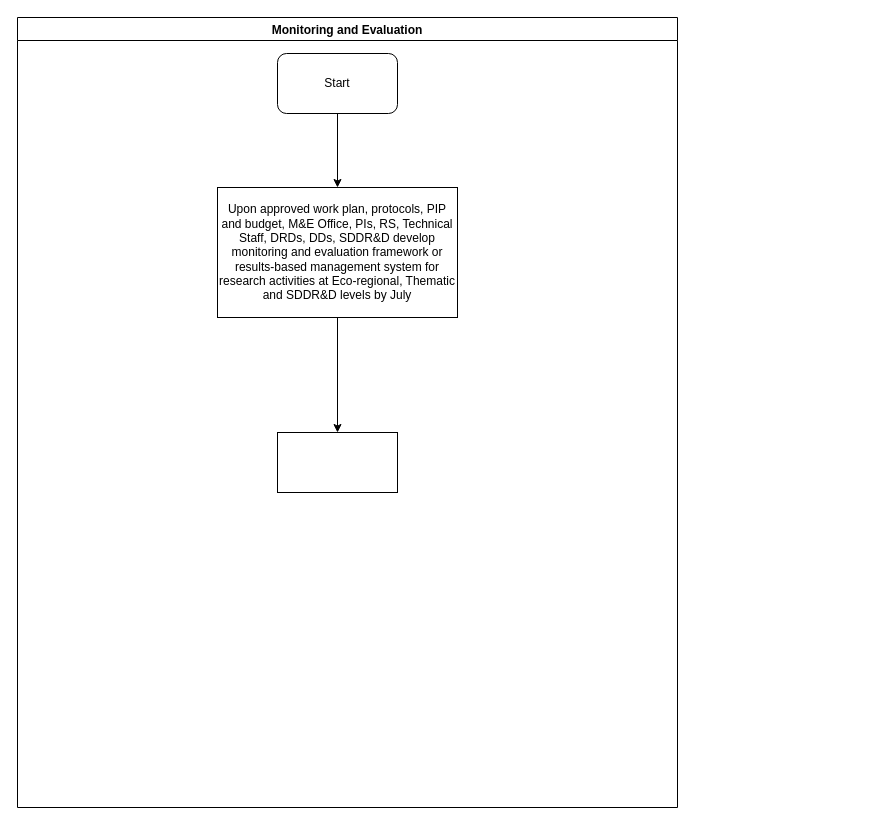
This is KEFRI-R&D-Monitoring and evaluation.drawio from kmagua/flowcharts, a draw.io file, before an edit. Source tidied: cells renumbered, new cells numbered last; positions are measured from the earlier drawing's top-left corner, leaving out a move shared by most shapes. Both pictures are drawn from the tidied source at 100%, with x=0, y=0 at pixel (17, 17).
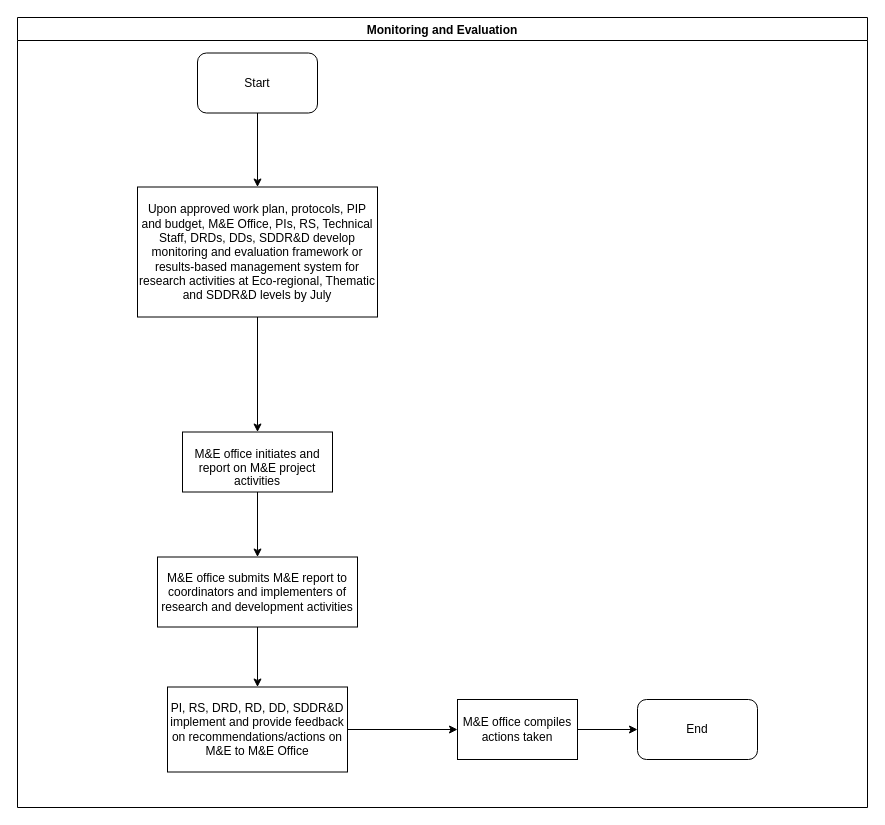
After the change.

Diff of the diagram source:
```diff
@@
 <mxGraphModel>
   <root>
     <mxCell id="0" />
     <mxCell id="1" parent="0" />
     <mxCell id="2" value="Monitoring and Evaluation" style="swimlane;" parent="1" vertex="1">
-      <mxGeometry width="660" height="790" as="geometry" />
+      <mxGeometry width="850" height="790" as="geometry" />
     </mxCell>
     <mxCell id="3" value="Start" style="rounded=1;whiteSpace=wrap;html=1;" parent="2" vertex="1">
-      <mxGeometry x="260" y="36" width="120" height="60" as="geometry" />
+      <mxGeometry x="180" y="35.5" width="120" height="60" as="geometry" />
     </mxCell>
     <mxCell id="4" value="Upon approved work plan, protocols, PIP and budget, M&amp;amp;E Office, PIs, RS, Technical Staff, DRDs, DDs, SDDR&amp;amp;D develop monitoring and evaluation framework or results-based management system for research activities at Eco-regional, Thematic and SDDR&amp;amp;D levels by July" style="rounded=0;whiteSpace=wrap;html=1;" parent="2" vertex="1">
-      <mxGeometry x="200" y="170" width="240" height="130" as="geometry" />
+      <mxGeometry x="120" y="169.5" width="240" height="130" as="geometry" />
     </mxCell>
     <mxCell id="5" style="edgeStyle=orthogonalEdgeStyle;rounded=0;jettySize=auto;html=1;" parent="2" edge="1" source="3" target="4">
       <mxGeometry relative="1" as="geometry" />
     </mxCell>
-    <mxCell id="6" style="whiteSpace=wrap;html=1;rounded=0;" parent="1" vertex="1">
-      <mxGeometry x="260" y="415" width="120" height="60" as="geometry" />
+    <mxCell id="6" value="&lt;p style=&quot;margin-bottom: 0in ; line-height: 115%&quot;&gt;M&amp;amp;E office initiates and report on M&amp;amp;E project activities&lt;/p&gt;" style="whiteSpace=wrap;html=1;rounded=0;" parent="2" vertex="1">
+      <mxGeometry x="165" y="414.5" width="150" height="60" as="geometry" />
     </mxCell>
-    <mxCell id="7" style="edgeStyle=orthogonalEdgeStyle;rounded=0;jettySize=auto;html=1;" parent="1" edge="1" source="4" target="6">
+    <mxCell id="7" style="edgeStyle=orthogonalEdgeStyle;rounded=0;jettySize=auto;html=1;" parent="2" edge="1" source="4" target="6">
       <mxGeometry relative="1" as="geometry" />
     </mxCell>
+    <mxCell id="8" value="M&amp;amp;E office submits M&amp;amp;E report to coordinators and implementers of research and development activities" style="whiteSpace=wrap;html=1;rounded=0;" parent="2" vertex="1">
+      <mxGeometry x="140" y="539.5" width="200" height="70" as="geometry" />
+    </mxCell>
+    <mxCell id="9" style="edgeStyle=orthogonalEdgeStyle;rounded=0;jettySize=auto;html=1;" parent="2" edge="1" source="6" target="8">
+      <mxGeometry relative="1" as="geometry" />
+    </mxCell>
+    <mxCell id="10" style="edgeStyle=orthogonalEdgeStyle;rounded=0;jettySize=auto;html=1;" parent="1" edge="1" source="11" target="14">
+      <mxGeometry relative="1" as="geometry" />
+    </mxCell>
+    <mxCell id="11" value="PI, RS, DRD, RD, DD, SDDR&amp;amp;D implement and provide feedback on recommendations/actions on M&amp;amp;E to M&amp;amp;E Office" style="whiteSpace=wrap;html=1;rounded=0;" parent="1" vertex="1">
+      <mxGeometry x="150" y="669.5" width="180" height="85" as="geometry" />
+    </mxCell>
+    <mxCell id="12" style="edgeStyle=orthogonalEdgeStyle;rounded=0;jettySize=auto;html=1;" parent="1" edge="1" source="8" target="11">
+      <mxGeometry relative="1" as="geometry" />
+    </mxCell>
+    <mxCell id="13" style="edgeStyle=orthogonalEdgeStyle;rounded=0;jettySize=auto;html=1;" parent="1" edge="1" source="14" target="15">
+      <mxGeometry relative="1" as="geometry" />
+    </mxCell>
+    <mxCell id="14" value="M&amp;amp;E office compiles actions taken" style="whiteSpace=wrap;html=1;rounded=0;" parent="1" vertex="1">
+      <mxGeometry x="440" y="682" width="120" height="60" as="geometry" />
+    </mxCell>
+    <mxCell id="15" value="End" style="rounded=1;whiteSpace=wrap;html=1;" parent="1" vertex="1">
+      <mxGeometry x="620" y="682" width="120" height="60" as="geometry" />
+    </mxCell>
   </root>
 </mxGraphModel>
```
